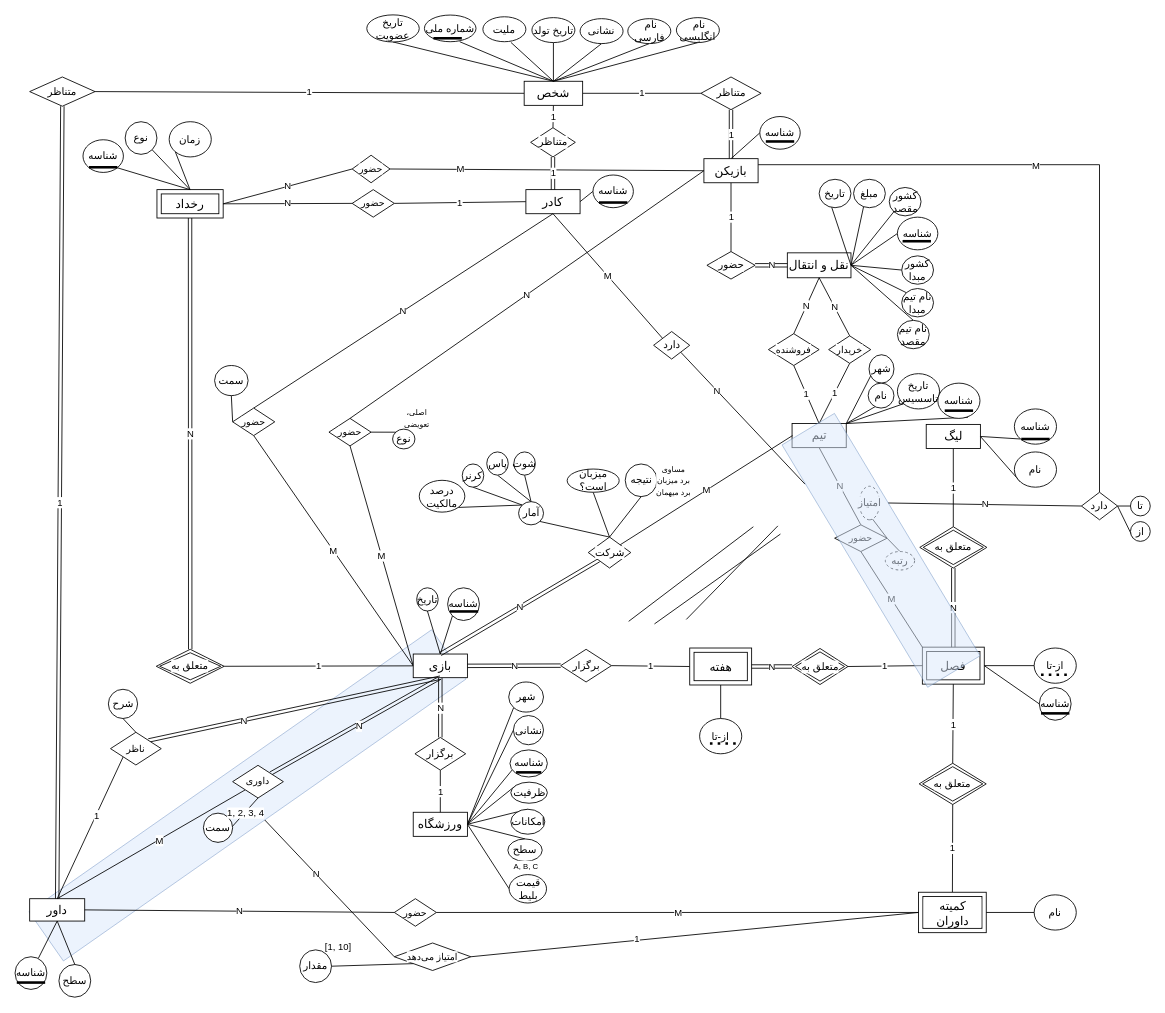
Earlier version of the draw.io diagram FootballFederation/football-federation.drawio (HamedR123/database-systems-spring-2025). Source tidied: cells renumbered, new cells numbered last; positions are measured from the earlier drawing's top-left corner, leaving out a move shared by most shapes. Both pictures are drawn from the tidied source at 86%, with x=0, y=0 at pixel (2, 15).
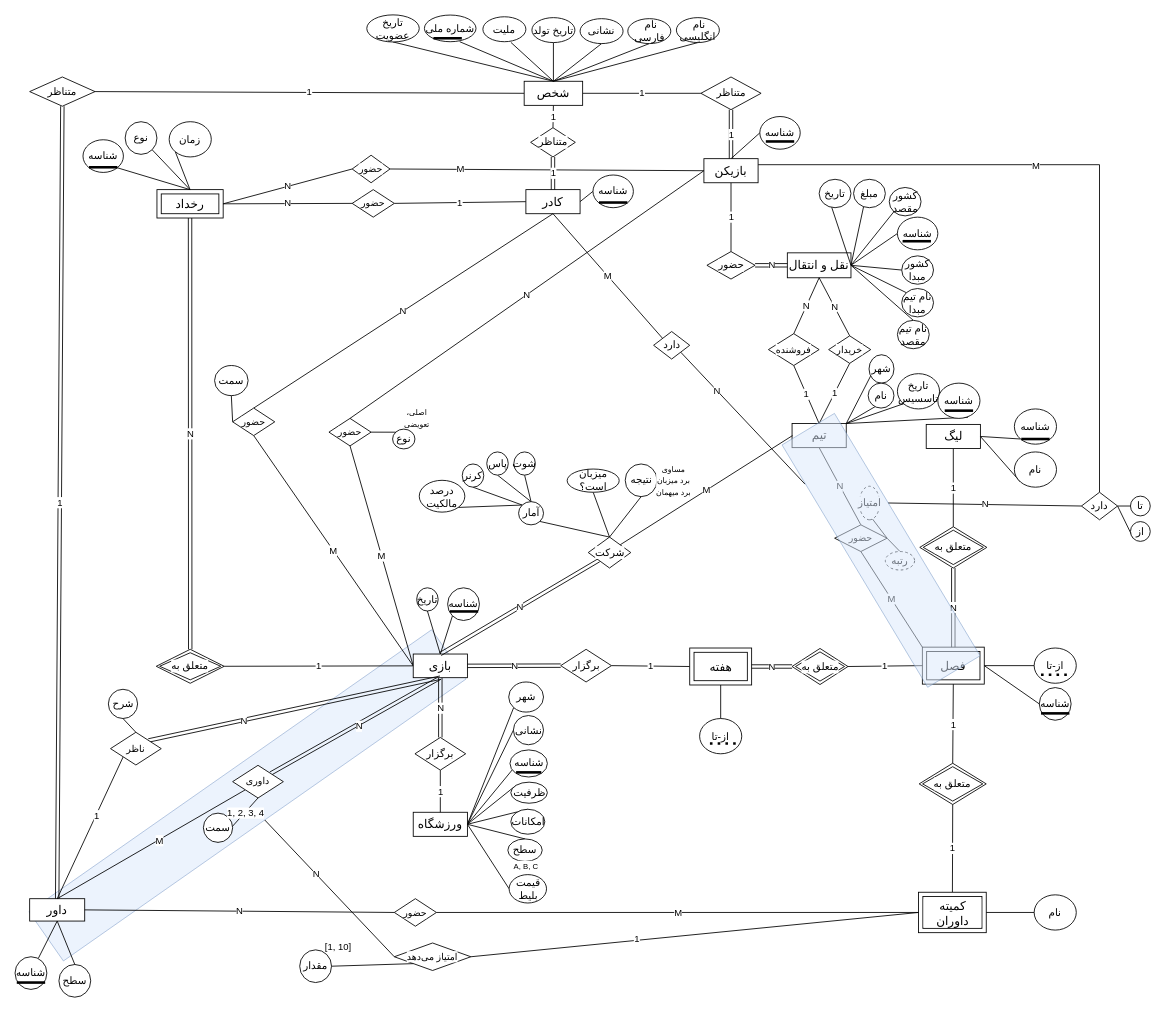
The same page after the edit.

Commit message:
update model football-federation.drawio delete extra lines

Diff of the diagram source:
```diff
@@
-    <mxCell id="154" style="edgeStyle=none;shape=connector;rounded=0;orthogonalLoop=1;jettySize=auto;html=1;exitX=0.5;exitY=1;exitDx=0;exitDy=0;entryX=0.5;entryY=0;entryDx=0;entryDy=0;strokeColor=default;align=center;verticalAlign=middle;fontFamily=Helvetica;fontSize=11;fontColor=default;labelBackgroundColor=default;startFill=0;endArrow=none;" parent="1" edge="1">
-      <mxGeometry relative="1" as="geometry">
-        <mxPoint x="873.5" y="595" as="sourcePoint" />
-        <mxPoint x="728.5" y="705" as="targetPoint" />
-      </mxGeometry>
-    </mxCell>
-    <mxCell id="155" style="edgeStyle=none;shape=connector;rounded=0;orthogonalLoop=1;jettySize=auto;html=1;exitX=0.5;exitY=1;exitDx=0;exitDy=0;entryX=0.5;entryY=0;entryDx=0;entryDy=0;strokeColor=default;align=center;verticalAlign=middle;fontFamily=Helvetica;fontSize=11;fontColor=default;labelBackgroundColor=default;startFill=0;endArrow=none;" parent="1" edge="1">
-      <mxGeometry relative="1" as="geometry">
-        <mxPoint x="905" y="603.5" as="sourcePoint" />
-        <mxPoint x="758.5" y="708" as="targetPoint" />
-      </mxGeometry>
-    </mxCell>
-    <mxCell id="156" style="edgeStyle=none;shape=connector;rounded=0;orthogonalLoop=1;jettySize=auto;html=1;entryX=0.5;entryY=0;entryDx=0;entryDy=0;strokeColor=default;align=center;verticalAlign=middle;fontFamily=Helvetica;fontSize=11;fontColor=default;labelBackgroundColor=default;startFill=0;endArrow=none;exitX=0.5;exitY=1;exitDx=0;exitDy=0;" parent="1" edge="1">
-      <mxGeometry relative="1" as="geometry">
-        <mxPoint x="902" y="594" as="sourcePoint" />
-        <mxPoint x="795.5" y="702.8" as="targetPoint" />
-      </mxGeometry>
-    </mxCell>
```
